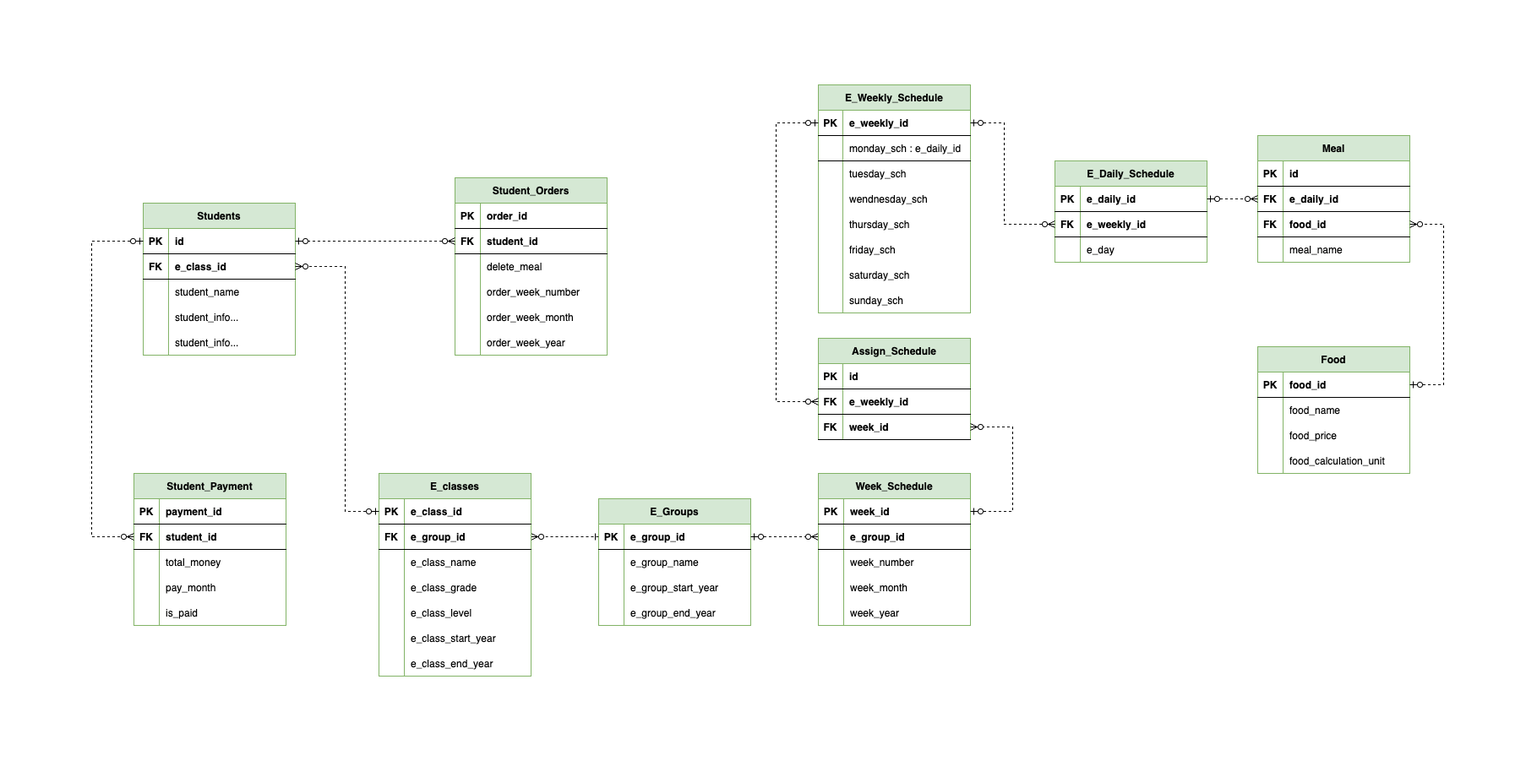
This is ERP-Relationship.png from dungnguyenhd/Trifood-Java-Draft, a draw.io export, as it was before one commit. Source tidied: cells renumbered, new cells last; positions are measured from the earlier drawing's top-left corner, leaving out a move shared by most shapes.
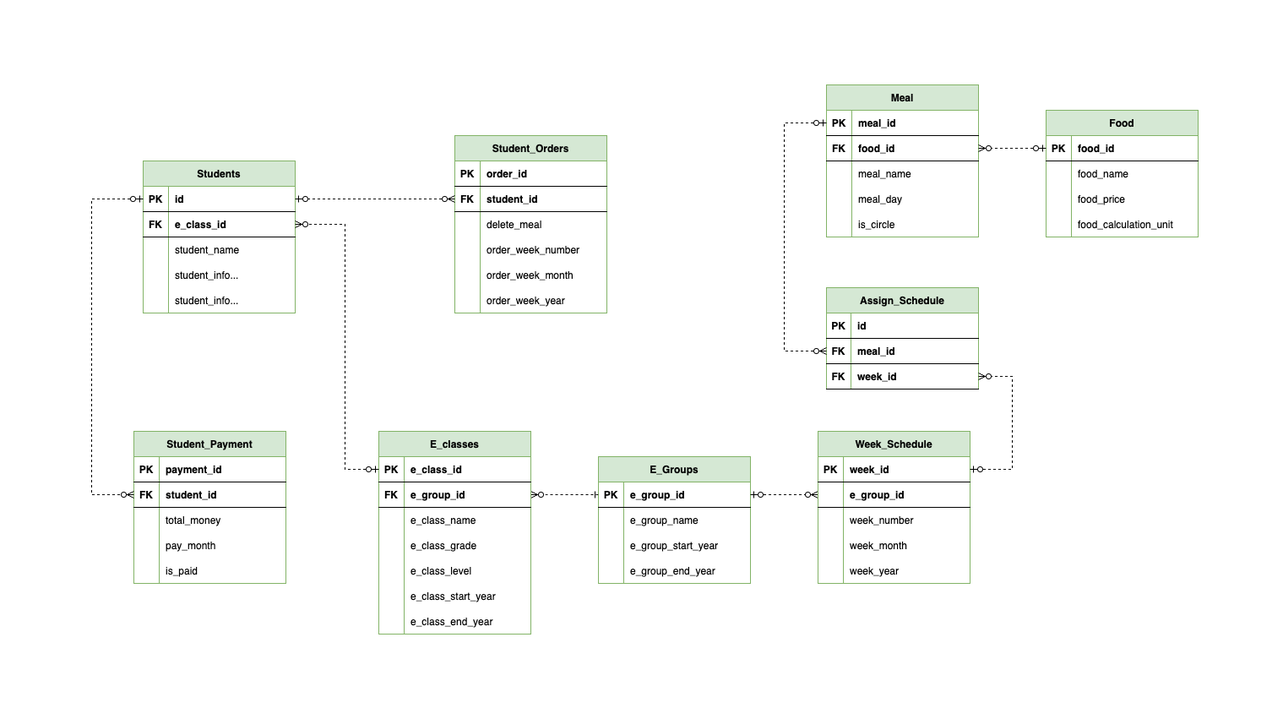
The same file after the commit.

The edit, as a diff of the source:
```diff
@@ -51,7 +51,7 @@
       <mxGeometry x="30" width="150" height="30" as="geometry" />
     </mxCell>
     <mxCell id="18" value="Food" style="shape=table;startSize=30;rowLines=0;fontStyle=1;align=center;fillColor=#d5e8d4;strokeColor=#82b366;" parent="1" vertex="1">
-      <mxGeometry x="1380" y="310" width="180" height="150" as="geometry" />
+      <mxGeometry x="1130" y="80" width="180" height="150" as="geometry" />
     </mxCell>
     <mxCell id="19" style="shape=tableRow;horizontal=0;startSize=0;swimlaneHead=0;swimlaneBody=0;fillColor=none;points=[[0,0.5],[1,0.5]];portConstraint=eastwest;top=0;left=0;right=0;bottom=1;" parent="18" vertex="1">
       <mxGeometry y="30" width="180" height="30" as="geometry" />
@@ -135,7 +135,7 @@
       <mxGeometry relative="1" as="geometry" />
     </mxCell>
     <mxCell id="46" value="Meal" style="shape=table;startSize=30;rowLines=0;fontStyle=1;align=center;fillColor=#d5e8d4;strokeColor=#82b366;" parent="1" vertex="1">
-      <mxGeometry x="1380" y="60" width="180" height="150" as="geometry" />
+      <mxGeometry x="870" y="50" width="180" height="180" as="geometry" />
     </mxCell>
     <mxCell id="47" style="shape=tableRow;horizontal=0;startSize=0;swimlaneHead=0;swimlaneBody=0;fillColor=none;points=[[0,0.5],[1,0.5]];portConstraint=eastwest;top=0;left=0;right=0;bottom=1;" parent="46" vertex="1">
       <mxGeometry y="30" width="180" height="30" as="geometry" />
@@ -143,20 +143,11 @@
     <mxCell id="48" value="PK" style="shape=partialRectangle;fillColor=none;top=0;left=0;bottom=0;right=0;fontStyle=1;overflow=hidden;" parent="47" vertex="1">
       <mxGeometry width="30" height="30" as="geometry" />
     </mxCell>
-    <mxCell id="49" value="id" style="shape=partialRectangle;fillColor=none;top=0;left=0;bottom=0;right=0;align=left;spacingLeft=6;fontStyle=1;overflow=hidden;" parent="47" vertex="1">
+    <mxCell id="49" value="meal_id" style="shape=partialRectangle;fillColor=none;top=0;left=0;bottom=0;right=0;align=left;spacingLeft=6;fontStyle=1;overflow=hidden;" parent="47" vertex="1">
       <mxGeometry x="30" width="150" height="30" as="geometry" />
     </mxCell>
-    <mxCell id="50" style="shape=tableRow;horizontal=0;startSize=0;swimlaneHead=0;swimlaneBody=0;fillColor=none;points=[[0,0.5],[1,0.5]];portConstraint=eastwest;top=0;left=0;right=0;bottom=1;" parent="46" vertex="1">
-      <mxGeometry y="60" width="180" height="30" as="geometry" />
-    </mxCell>
-    <mxCell id="51" value="FK" style="shape=partialRectangle;fillColor=none;top=0;left=0;bottom=0;right=0;fontStyle=1;overflow=hidden;" parent="50" vertex="1">
-      <mxGeometry width="30" height="30" as="geometry" />
-    </mxCell>
-    <mxCell id="52" value="e_daily_id" style="shape=partialRectangle;fillColor=none;top=0;left=0;bottom=0;right=0;align=left;spacingLeft=6;fontStyle=1;overflow=hidden;" parent="50" vertex="1">
-      <mxGeometry x="30" width="150" height="30" as="geometry" />
-    </mxCell>
     <mxCell id="53" style="shape=tableRow;horizontal=0;startSize=0;swimlaneHead=0;swimlaneBody=0;fillColor=none;points=[[0,0.5],[1,0.5]];portConstraint=eastwest;top=0;left=0;right=0;bottom=1;" parent="46" vertex="1">
-      <mxGeometry y="90" width="180" height="30" as="geometry" />
+      <mxGeometry y="60" width="180" height="30" as="geometry" />
     </mxCell>
     <mxCell id="54" value="FK" style="shape=partialRectangle;fillColor=none;top=0;left=0;bottom=0;right=0;fontStyle=1;overflow=hidden;" parent="53" vertex="1">
       <mxGeometry width="30" height="30" as="geometry" />
@@ -165,7 +156,7 @@
       <mxGeometry x="30" width="150" height="30" as="geometry" />
     </mxCell>
     <mxCell id="56" style="shape=tableRow;horizontal=0;startSize=0;swimlaneHead=0;swimlaneBody=0;fillColor=none;top=0;left=0;right=0;bottom=1;strokeColor=none;" parent="46" vertex="1">
-      <mxGeometry y="120" width="180" height="30" as="geometry" />
+      <mxGeometry y="90" width="180" height="30" as="geometry" />
     </mxCell>
     <mxCell id="57" style="shape=partialRectangle;fillColor=none;top=0;left=0;bottom=0;right=0;fontStyle=1;overflow=hidden;" parent="56" vertex="1">
       <mxGeometry width="30" height="30" as="geometry" />
@@ -173,12 +164,26 @@
     <mxCell id="58" value="meal_name" style="shape=partialRectangle;fillColor=none;top=0;left=0;bottom=0;right=0;align=left;spacingLeft=6;fontStyle=0;overflow=hidden;" parent="56" vertex="1">
       <mxGeometry x="30" width="150" height="30" as="geometry" />
     </mxCell>
+    <mxCell id="187" style="shape=tableRow;horizontal=0;startSize=0;swimlaneHead=0;swimlaneBody=0;fillColor=none;top=0;left=0;right=0;bottom=1;strokeColor=none;" parent="46" vertex="1">
+      <mxGeometry y="120" width="180" height="30" as="geometry" />
+    </mxCell>
+    <mxCell id="188" style="shape=partialRectangle;fillColor=none;top=0;left=0;bottom=0;right=0;fontStyle=1;overflow=hidden;" parent="187" vertex="1">
+      <mxGeometry width="30" height="30" as="geometry" />
+    </mxCell>
+    <mxCell id="189" value="meal_day" style="shape=partialRectangle;fillColor=none;top=0;left=0;bottom=0;right=0;align=left;spacingLeft=6;fontStyle=0;overflow=hidden;" parent="187" vertex="1">
+      <mxGeometry x="30" width="150" height="30" as="geometry" />
+    </mxCell>
+    <mxCell id="190" style="shape=tableRow;horizontal=0;startSize=0;swimlaneHead=0;swimlaneBody=0;fillColor=none;top=0;left=0;right=0;bottom=1;strokeColor=none;" parent="46" vertex="1">
+      <mxGeometry y="150" width="180" height="30" as="geometry" />
+    </mxCell>
+    <mxCell id="191" style="shape=partialRectangle;fillColor=none;top=0;left=0;bottom=0;right=0;fontStyle=1;overflow=hidden;" parent="190" vertex="1">
+      <mxGeometry width="30" height="30" as="geometry" />
+    </mxCell>
+    <mxCell id="192" value="is_circle" style="shape=partialRectangle;fillColor=none;top=0;left=0;bottom=0;right=0;align=left;spacingLeft=6;fontStyle=0;overflow=hidden;" parent="190" vertex="1">
+      <mxGeometry x="30" width="150" height="30" as="geometry" />
+    </mxCell>
-    <mxCell id="59" style="rounded=0;jettySize=auto;html=1;dashed=1;strokeColor=#000000;startArrow=ERzeroToOne;startFill=0;endArrow=ERzeroToMany;endFill=0;entryX=1;entryY=0.5;entryDx=0;entryDy=0;edgeStyle=elbowEdgeStyle;" parent="1" edge="1" source="19" target="53">
-      <mxGeometry relative="1" as="geometry">
-        <Array as="points">
-          <mxPoint x="1600" y="250" />
-        </Array>
-      </mxGeometry>
+    <mxCell id="59" style="rounded=0;jettySize=auto;html=1;dashed=1;strokeColor=#000000;startArrow=ERzeroToOne;startFill=0;endArrow=ERzeroToMany;endFill=0;entryX=1;entryY=0.5;entryDx=0;entryDy=0;exitX=0;exitY=0.5;exitDx=0;exitDy=0;" parent="1" edge="1" source="19" target="53">
+      <mxGeometry relative="1" as="geometry" />
     </mxCell>
     <mxCell id="60" value="E_classes" style="shape=table;startSize=30;rowLines=0;fontStyle=1;align=center;fillColor=#d5e8d4;strokeColor=#82b366;" parent="1" vertex="1">
       <mxGeometry x="340" y="460" width="180" height="240" as="geometry" />
@@ -423,113 +428,8 @@
     <mxCell id="136" value="week_year" style="shape=partialRectangle;fillColor=none;top=0;left=0;bottom=0;right=0;align=left;spacingLeft=6;overflow=hidden;" parent="134" vertex="1">
       <mxGeometry x="30" width="150" height="30" as="geometry" />
     </mxCell>
-    <mxCell id="137" value="E_Weekly_Schedule" style="shape=table;startSize=30;rowLines=0;fontStyle=1;align=center;fillColor=#d5e8d4;strokeColor=#82b366;" parent="1" vertex="1">
-      <mxGeometry x="860" width="180" height="270" as="geometry" />
-    </mxCell>
-    <mxCell id="138" style="shape=tableRow;horizontal=0;startSize=0;swimlaneHead=0;swimlaneBody=0;fillColor=none;points=[[0,0.5],[1,0.5]];portConstraint=eastwest;top=0;left=0;right=0;bottom=1;" parent="137" vertex="1">
-      <mxGeometry y="30" width="180" height="30" as="geometry" />
-    </mxCell>
-    <mxCell id="139" value="PK" style="shape=partialRectangle;fillColor=none;top=0;left=0;bottom=0;right=0;fontStyle=1;overflow=hidden;" parent="138" vertex="1">
-      <mxGeometry width="29" height="30" as="geometry" />
-    </mxCell>
-    <mxCell id="140" value="e_weekly_id" style="shape=partialRectangle;fillColor=none;top=0;left=0;bottom=0;right=0;align=left;spacingLeft=6;fontStyle=1;overflow=hidden;" parent="138" vertex="1">
-      <mxGeometry x="29" width="151" height="30" as="geometry" />
-    </mxCell>
-    <mxCell id="141" style="shape=tableRow;horizontal=0;startSize=0;swimlaneHead=0;swimlaneBody=0;fillColor=none;top=0;left=0;right=0;bottom=1;" parent="137" vertex="1">
-      <mxGeometry y="60" width="180" height="30" as="geometry" />
-    </mxCell>
-    <mxCell id="142" style="shape=partialRectangle;fillColor=none;top=0;left=0;bottom=0;right=0;fontStyle=1;overflow=hidden;" parent="141" vertex="1">
-      <mxGeometry width="29" height="30" as="geometry" />
-    </mxCell>
-    <mxCell id="143" value="monday_sch : e_daily_id " style="shape=partialRectangle;fillColor=none;top=0;left=0;bottom=0;right=0;align=left;spacingLeft=6;fontStyle=0;overflow=hidden;" parent="141" vertex="1">
-      <mxGeometry x="29" width="151" height="30" as="geometry" />
-    </mxCell>
-    <mxCell id="144" style="shape=tableRow;horizontal=0;startSize=0;swimlaneHead=0;swimlaneBody=0;fillColor=none;top=0;left=0;right=0;bottom=0;" parent="137" vertex="1">
-      <mxGeometry y="90" width="180" height="30" as="geometry" />
-    </mxCell>
-    <mxCell id="145" style="shape=partialRectangle;fillColor=none;top=0;left=0;bottom=0;right=0;overflow=hidden;" parent="144" vertex="1">
-      <mxGeometry width="29" height="30" as="geometry" />
-    </mxCell>
-    <mxCell id="146" value="tuesday_sch" style="shape=partialRectangle;fillColor=none;top=0;left=0;bottom=0;right=0;align=left;spacingLeft=6;overflow=hidden;" parent="144" vertex="1">
-      <mxGeometry x="29" width="151" height="30" as="geometry" />
-    </mxCell>
-    <mxCell id="147" style="shape=tableRow;horizontal=0;startSize=0;swimlaneHead=0;swimlaneBody=0;fillColor=none;top=0;left=0;right=0;bottom=0;" parent="137" vertex="1">
-      <mxGeometry y="120" width="180" height="30" as="geometry" />
-    </mxCell>
-    <mxCell id="148" style="shape=partialRectangle;fillColor=none;top=0;left=0;bottom=0;right=0;overflow=hidden;" parent="147" vertex="1">
-      <mxGeometry width="29" height="30" as="geometry" />
-    </mxCell>
-    <mxCell id="149" value="wendnesday_sch" style="shape=partialRectangle;fillColor=none;top=0;left=0;bottom=0;right=0;align=left;spacingLeft=6;overflow=hidden;" parent="147" vertex="1">
-      <mxGeometry x="29" width="151" height="30" as="geometry" />
-    </mxCell>
-    <mxCell id="150" style="shape=tableRow;horizontal=0;startSize=0;swimlaneHead=0;swimlaneBody=0;fillColor=none;top=0;left=0;right=0;bottom=0;" parent="137" vertex="1">
-      <mxGeometry y="150" width="180" height="30" as="geometry" />
-    </mxCell>
-    <mxCell id="151" style="shape=partialRectangle;fillColor=none;top=0;left=0;bottom=0;right=0;overflow=hidden;" parent="150" vertex="1">
-      <mxGeometry width="29" height="30" as="geometry" />
-    </mxCell>
-    <mxCell id="152" value="thursday_sch" style="shape=partialRectangle;fillColor=none;top=0;left=0;bottom=0;right=0;align=left;spacingLeft=6;overflow=hidden;" parent="150" vertex="1">
-      <mxGeometry x="29" width="151" height="30" as="geometry" />
-    </mxCell>
-    <mxCell id="153" style="shape=tableRow;horizontal=0;startSize=0;swimlaneHead=0;swimlaneBody=0;fillColor=none;top=0;left=0;right=0;bottom=0;" parent="137" vertex="1">
-      <mxGeometry y="180" width="180" height="30" as="geometry" />
-    </mxCell>
-    <mxCell id="154" style="shape=partialRectangle;fillColor=none;top=0;left=0;bottom=0;right=0;overflow=hidden;" parent="153" vertex="1">
-      <mxGeometry width="29" height="30" as="geometry" />
-    </mxCell>
-    <mxCell id="155" value="friday_sch" style="shape=partialRectangle;fillColor=none;top=0;left=0;bottom=0;right=0;align=left;spacingLeft=6;overflow=hidden;" parent="153" vertex="1">
-      <mxGeometry x="29" width="151" height="30" as="geometry" />
-    </mxCell>
-    <mxCell id="156" style="shape=tableRow;horizontal=0;startSize=0;swimlaneHead=0;swimlaneBody=0;fillColor=none;top=0;left=0;right=0;bottom=0;" parent="137" vertex="1">
-      <mxGeometry y="210" width="180" height="30" as="geometry" />
-    </mxCell>
-    <mxCell id="157" style="shape=partialRectangle;fillColor=none;top=0;left=0;bottom=0;right=0;overflow=hidden;" parent="156" vertex="1">
-      <mxGeometry width="29" height="30" as="geometry" />
-    </mxCell>
-    <mxCell id="158" value="saturday_sch" style="shape=partialRectangle;fillColor=none;top=0;left=0;bottom=0;right=0;align=left;spacingLeft=6;overflow=hidden;" parent="156" vertex="1">
-      <mxGeometry x="29" width="151" height="30" as="geometry" />
-    </mxCell>
-    <mxCell id="159" style="shape=tableRow;horizontal=0;startSize=0;swimlaneHead=0;swimlaneBody=0;fillColor=none;top=0;left=0;right=0;bottom=0;" parent="137" vertex="1">
-      <mxGeometry y="240" width="180" height="30" as="geometry" />
-    </mxCell>
-    <mxCell id="160" style="shape=partialRectangle;fillColor=none;top=0;left=0;bottom=0;right=0;overflow=hidden;" parent="159" vertex="1">
-      <mxGeometry width="29" height="30" as="geometry" />
-    </mxCell>
-    <mxCell id="161" value="sunday_sch" style="shape=partialRectangle;fillColor=none;top=0;left=0;bottom=0;right=0;align=left;spacingLeft=6;overflow=hidden;" parent="159" vertex="1">
-      <mxGeometry x="29" width="151" height="30" as="geometry" />
-    </mxCell>
-    <mxCell id="162" value="E_Daily_Schedule" style="shape=table;startSize=30;rowLines=0;fontStyle=1;align=center;fillColor=#d5e8d4;strokeColor=#82b366;" parent="1" vertex="1">
-      <mxGeometry x="1140" y="90" width="180" height="120" as="geometry" />
-    </mxCell>
-    <mxCell id="163" style="shape=tableRow;horizontal=0;startSize=0;swimlaneHead=0;swimlaneBody=0;fillColor=none;points=[[0,0.5],[1,0.5]];portConstraint=eastwest;top=0;left=0;right=0;bottom=1;" parent="162" vertex="1">
-      <mxGeometry y="30" width="180" height="30" as="geometry" />
-    </mxCell>
-    <mxCell id="164" value="PK" style="shape=partialRectangle;fillColor=none;top=0;left=0;bottom=0;right=0;fontStyle=1;overflow=hidden;" parent="163" vertex="1">
-      <mxGeometry width="30" height="30" as="geometry" />
-    </mxCell>
-    <mxCell id="165" value="e_daily_id" style="shape=partialRectangle;fillColor=none;top=0;left=0;bottom=0;right=0;align=left;spacingLeft=6;fontStyle=1;overflow=hidden;" parent="163" vertex="1">
-      <mxGeometry x="30" width="150" height="30" as="geometry" />
-    </mxCell>
-    <mxCell id="166" style="shape=tableRow;horizontal=0;startSize=0;swimlaneHead=0;swimlaneBody=0;fillColor=none;points=[[0,0.5],[1,0.5]];portConstraint=eastwest;top=0;left=0;right=0;bottom=1;" parent="162" vertex="1">
-      <mxGeometry y="60" width="180" height="30" as="geometry" />
-    </mxCell>
-    <mxCell id="167" value="FK" style="shape=partialRectangle;fillColor=none;top=0;left=0;bottom=0;right=0;fontStyle=1;overflow=hidden;" parent="166" vertex="1">
-      <mxGeometry width="30" height="30" as="geometry" />
-    </mxCell>
-    <mxCell id="168" value="e_weekly_id" style="shape=partialRectangle;fillColor=none;top=0;left=0;bottom=0;right=0;align=left;spacingLeft=6;fontStyle=1;overflow=hidden;" parent="166" vertex="1">
-      <mxGeometry x="30" width="150" height="30" as="geometry" />
-    </mxCell>
-    <mxCell id="169" style="shape=tableRow;horizontal=0;startSize=0;swimlaneHead=0;swimlaneBody=0;fillColor=none;top=0;left=0;right=0;bottom=1;strokeColor=none;" parent="162" vertex="1">
-      <mxGeometry y="90" width="180" height="30" as="geometry" />
-    </mxCell>
-    <mxCell id="170" style="shape=partialRectangle;fillColor=none;top=0;left=0;bottom=0;right=0;fontStyle=1;overflow=hidden;" parent="169" vertex="1">
-      <mxGeometry width="30" height="30" as="geometry" />
-    </mxCell>
-    <mxCell id="171" value="e_day" style="shape=partialRectangle;fillColor=none;top=0;left=0;bottom=0;right=0;align=left;spacingLeft=6;fontStyle=0;overflow=hidden;" parent="169" vertex="1">
-      <mxGeometry x="30" width="150" height="30" as="geometry" />
-    </mxCell>
     <mxCell id="172" value="Assign_Schedule" style="shape=table;startSize=30;rowLines=0;fontStyle=1;align=center;fillColor=#d5e8d4;strokeColor=#82b366;" parent="1" vertex="1">
-      <mxGeometry x="860" y="300" width="180" height="120" as="geometry" />
+      <mxGeometry x="870" y="290" width="180" height="120" as="geometry" />
     </mxCell>
     <mxCell id="173" style="shape=tableRow;horizontal=0;startSize=0;swimlaneHead=0;swimlaneBody=0;fillColor=none;top=0;left=0;right=0;bottom=1;" parent="172" vertex="1">
       <mxGeometry y="30" width="180" height="30" as="geometry" />
@@ -546,7 +446,7 @@
     <mxCell id="177" value="FK" style="shape=partialRectangle;fillColor=none;top=0;left=0;bottom=0;right=0;fontStyle=1;overflow=hidden;" parent="176" vertex="1">
       <mxGeometry width="29" height="30" as="geometry" />
     </mxCell>
-    <mxCell id="178" value="e_weekly_id" style="shape=partialRectangle;fillColor=none;top=0;left=0;bottom=0;right=0;align=left;spacingLeft=6;fontStyle=1;overflow=hidden;" parent="176" vertex="1">
+    <mxCell id="178" value="meal_id" style="shape=partialRectangle;fillColor=none;top=0;left=0;bottom=0;right=0;align=left;spacingLeft=6;fontStyle=1;overflow=hidden;" parent="176" vertex="1">
       <mxGeometry x="29" width="151" height="30" as="geometry" />
     </mxCell>
     <mxCell id="179" style="shape=tableRow;horizontal=0;startSize=0;swimlaneHead=0;swimlaneBody=0;fillColor=none;points=[[0,0.5],[1,0.5]];portConstraint=eastwest;top=0;left=0;right=0;bottom=1;" parent="172" vertex="1">
@@ -558,10 +458,10 @@
     <mxCell id="181" value="week_id" style="shape=partialRectangle;fillColor=none;top=0;left=0;bottom=0;right=0;align=left;spacingLeft=6;fontStyle=1;overflow=hidden;" parent="179" vertex="1">
       <mxGeometry x="29" width="151" height="30" as="geometry" />
     </mxCell>
-    <mxCell id="182" style="rounded=0;jettySize=auto;html=1;dashed=1;strokeColor=#000000;startArrow=ERzeroToOne;startFill=0;endArrow=ERzeroToMany;endFill=0;exitX=0;exitY=0.5;exitDx=0;exitDy=0;edgeStyle=elbowEdgeStyle;entryX=0;entryY=0.5;entryDx=0;entryDy=0;" parent="1" edge="1" source="138" target="176">
+    <mxCell id="182" style="rounded=0;jettySize=auto;html=1;dashed=1;strokeColor=#000000;startArrow=ERzeroToOne;startFill=0;endArrow=ERzeroToMany;endFill=0;exitX=0;exitY=0.5;exitDx=0;exitDy=0;entryX=0;entryY=0.5;entryDx=0;entryDy=0;edgeStyle=elbowEdgeStyle;" parent="1" edge="1" source="47" target="176">
       <mxGeometry relative="1" as="geometry">
         <Array as="points">
-          <mxPoint x="810" y="210" />
+          <mxPoint x="820" y="250" />
         </Array>
       </mxGeometry>
     </mxCell>
@@ -572,18 +472,8 @@
         </Array>
       </mxGeometry>
     </mxCell>
-    <mxCell id="184" style="rounded=0;jettySize=auto;html=1;dashed=1;strokeColor=#000000;startArrow=ERzeroToOne;startFill=0;endArrow=ERzeroToMany;endFill=0;exitX=1;exitY=0.5;exitDx=0;exitDy=0;entryX=0;entryY=0.5;entryDx=0;entryDy=0;" parent="1" edge="1" source="163" target="50">
-      <mxGeometry relative="1" as="geometry" />
-    </mxCell>
     <mxCell id="185" style="edgeStyle=none;rounded=0;orthogonalLoop=1;jettySize=auto;html=1;exitX=0.5;exitY=0;exitDx=0;exitDy=0;" parent="1" edge="1" source="172" target="172">
       <mxGeometry relative="1" as="geometry" />
     </mxCell>
-    <mxCell id="186" style="rounded=0;jettySize=auto;html=1;dashed=1;strokeColor=#000000;startArrow=ERzeroToOne;startFill=0;endArrow=ERzeroToMany;endFill=0;exitX=1;exitY=0.5;exitDx=0;exitDy=0;edgeStyle=elbowEdgeStyle;entryX=0;entryY=0.5;entryDx=0;entryDy=0;" parent="1" edge="1" source="138" target="166">
-      <mxGeometry relative="1" as="geometry">
-        <Array as="points">
-          <mxPoint x="1080" y="120" />
-        </Array>
-      </mxGeometry>
-    </mxCell>
   </root>
 </mxGraphModel>
```
